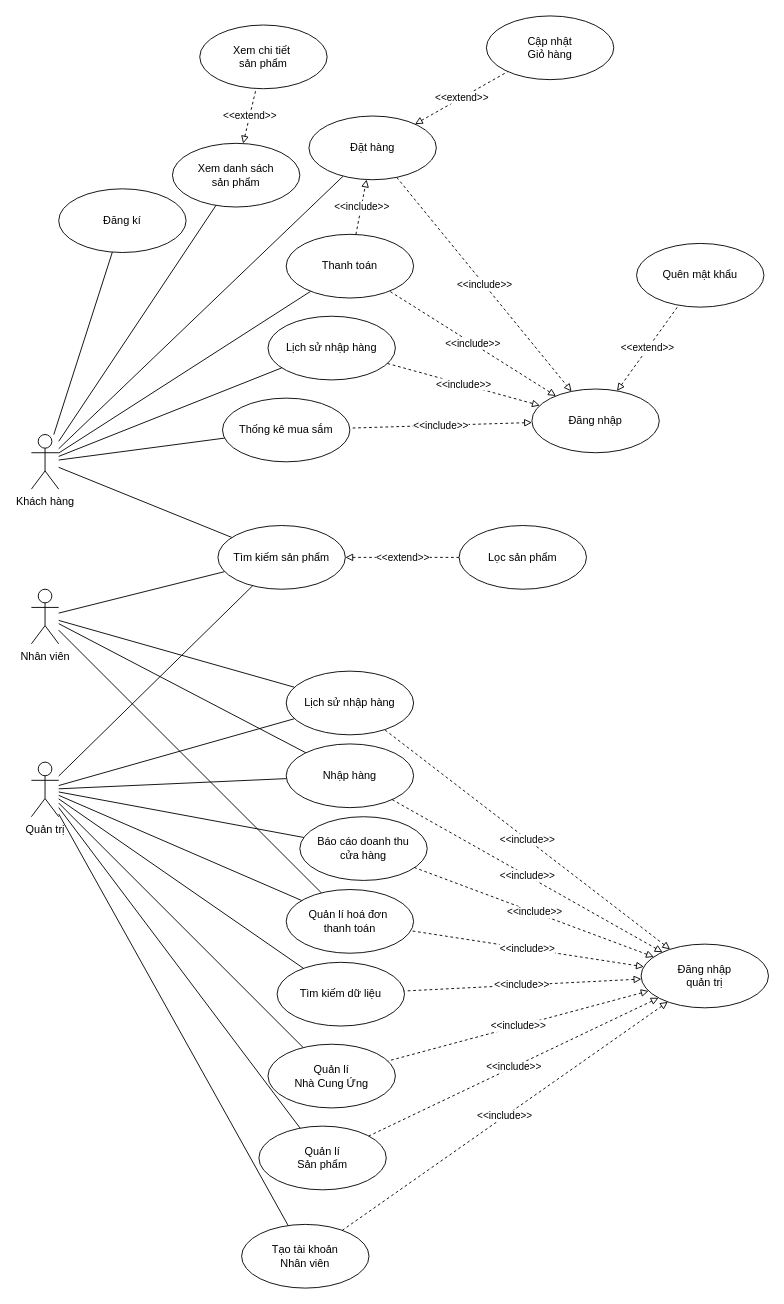
Earlier version of the draw.io diagram Nam3_HK1/CNPM_SoftTech/Usecase Diagrams/UD_0_All.drawio (EdgarIgnite16/SGU-Course). Source tidied: cells renumbered, new cells numbered last; positions are measured from the earlier drawing's top-left corner, leaving out a move shared by most shapes. Both pictures are drawn from the tidied source at 91%, with x=0, y=0 at pixel (31, 15).
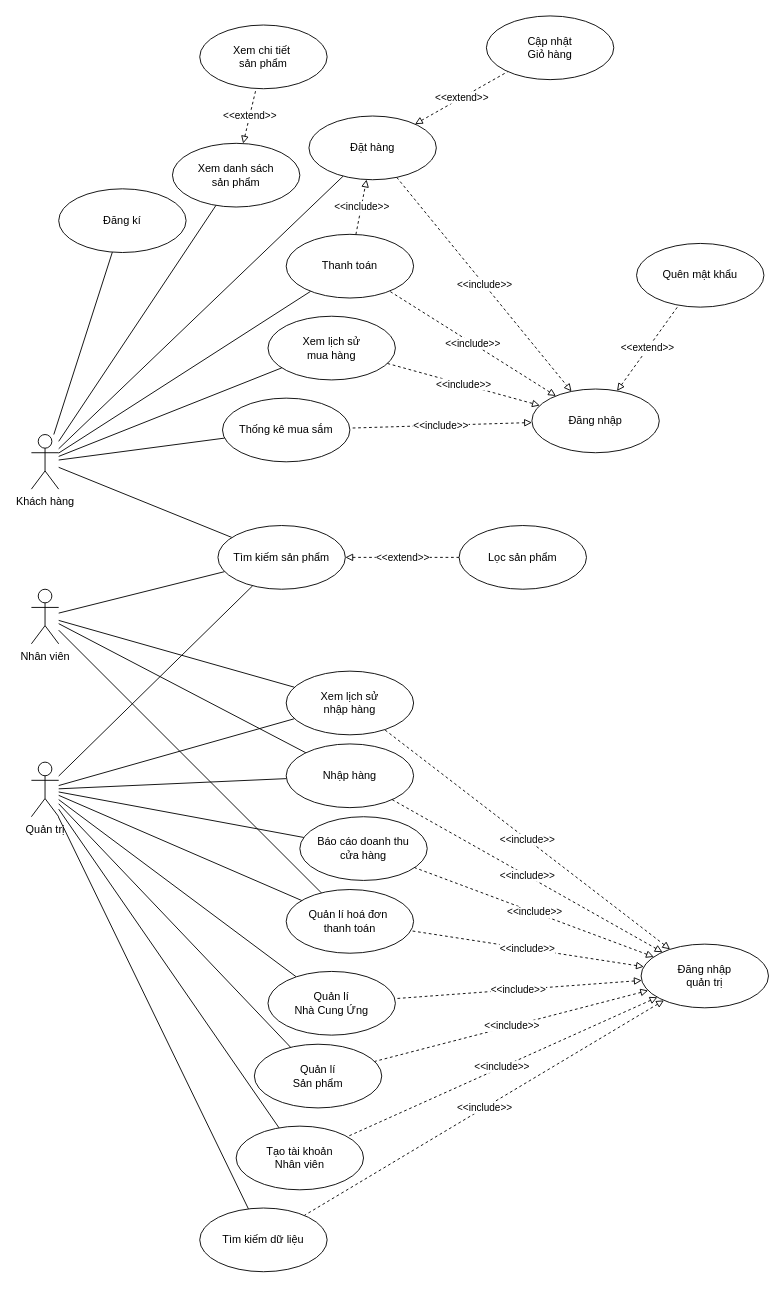
Above is the later version.

Diff of the diagram source:
```diff
@@
-    <mxCell id="28" value="Lịch sử nhập hàng" style="ellipse;whiteSpace=wrap;html=1;" parent="1" vertex="1">
+    <mxCell id="28" value="Xem lịch sử&lt;br&gt;mua hàng" style="ellipse;whiteSpace=wrap;html=1;" parent="1" vertex="1">
       <mxGeometry x="260" y="330" width="140" height="70" as="geometry" />
     </mxCell>
@@
     <mxCell id="34" value="Tạo tài khoản&lt;br&gt;Nhân viên" style="ellipse;whiteSpace=wrap;html=1;" parent="1" vertex="1">
-      <mxGeometry x="231" y="1328" width="140" height="70" as="geometry" />
+      <mxGeometry x="225" y="1220" width="140" height="70" as="geometry" />
     </mxCell>
@@
     <mxCell id="43" value="Tìm kiếm dữ liệu" style="ellipse;whiteSpace=wrap;html=1;" parent="1" vertex="1">
-      <mxGeometry x="270" y="1040" width="140" height="70" as="geometry" />
+      <mxGeometry x="185" y="1310" width="140" height="70" as="geometry" />
     </mxCell>
@@
-    <mxCell id="50" value="Lịch sử nhập hàng" style="ellipse;whiteSpace=wrap;html=1;" parent="1" vertex="1">
+    <mxCell id="50" value="Xem lịch sử&lt;br&gt;nhập hàng" style="ellipse;whiteSpace=wrap;html=1;" parent="1" vertex="1">
       <mxGeometry x="280" y="720" width="140" height="70" as="geometry" />
     </mxCell>
@@
     <mxCell id="52" value="Quản lí&lt;br&gt;Nhà Cung Ứng" style="ellipse;whiteSpace=wrap;html=1;" parent="1" vertex="1">
-      <mxGeometry x="260" y="1130" width="140" height="70" as="geometry" />
+      <mxGeometry x="260" y="1050" width="140" height="70" as="geometry" />
     </mxCell>
@@
     <mxCell id="54" value="Quản lí&lt;br&gt;Sản phẩm" style="ellipse;whiteSpace=wrap;html=1;" parent="1" vertex="1">
-      <mxGeometry x="250" y="1220" width="140" height="70" as="geometry" />
+      <mxGeometry x="245" y="1130" width="140" height="70" as="geometry" />
     </mxCell>
```
